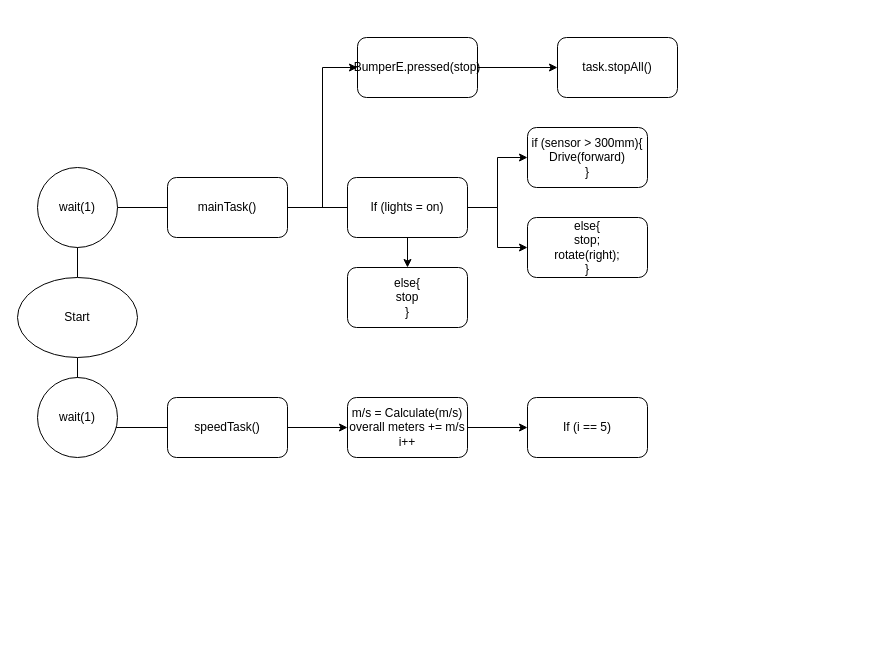
Earlier version of the draw.io diagram Verkefni 3/Untitled Diagram.drawio (BirgirBragi/ROB2A_V23). Source tidied: cells renumbered, new cells numbered last; positions are measured from the earlier drawing's top-left corner, leaving out a move shared by most shapes. Both pictures are drawn from the tidied source at 100%, with x=0, y=0 at pixel (17, 37).
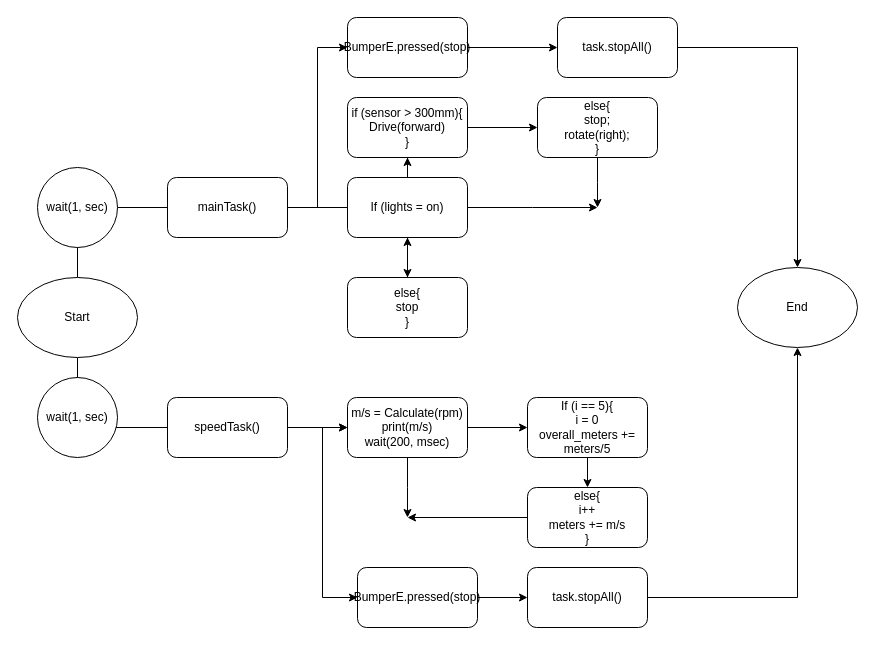
After the change.

Unchanged cells that the change refers to:
```xml
<mxCell id="10" value="speedTask()" style="rounded=1;whiteSpace=wrap;html=1;" parent="1" vertex="1">
  <mxGeometry x="150" y="360" width="120" height="60" as="geometry" />
</mxCell>
<mxCell id="20" value="If (lights = on)" style="rounded=1;whiteSpace=wrap;html=1;" parent="1" vertex="1">
  <mxGeometry x="330" y="140" width="120" height="60" as="geometry" />
</mxCell>
```

Diff of the diagram source:
```diff
@@
+    <mxCell id="27" style="edgeStyle=orthogonalEdgeStyle;rounded=0;jettySize=auto;html=1;" parent="1" edge="1" source="10" target="25">
+      <mxGeometry relative="1" as="geometry" />
+    </mxCell>
+    <mxCell id="28" style="edgeStyle=orthogonalEdgeStyle;rounded=0;jettySize=auto;html=1;entryX=0;entryY=0.5;entryDx=0;entryDy=0;" parent="1" edge="1" source="10" target="40">
+      <mxGeometry relative="1" as="geometry" />
+    </mxCell>
@@
+    <mxCell id="29" style="edgeStyle=orthogonalEdgeStyle;rounded=0;jettySize=auto;html=1;" parent="1" edge="1" source="11" target="12">
+      <mxGeometry relative="1" as="geometry" />
+    </mxCell>
     <mxCell id="11" value="if (sensor &amp;gt; 300mm){&lt;br&gt;Drive(forward)&lt;br&gt;}" style="rounded=1;whiteSpace=wrap;html=1;" parent="1" vertex="1">
-      <mxGeometry x="510" y="90" width="120" height="60" as="geometry" />
+      <mxGeometry x="330" y="60" width="120" height="60" as="geometry" />
     </mxCell>
+    <mxCell id="30" style="edgeStyle=orthogonalEdgeStyle;rounded=0;jettySize=auto;html=1;" parent="1" edge="1" source="12">
+      <mxGeometry relative="1" as="geometry">
+        <mxPoint x="580" y="170" as="targetPoint" />
+      </mxGeometry>
+    </mxCell>
     <mxCell id="12" value="else{&lt;br&gt;stop;&lt;br&gt;rotate(right);&lt;br&gt;}" style="rounded=1;whiteSpace=wrap;html=1;" parent="1" vertex="1">
-      <mxGeometry x="510" y="180" width="120" height="60" as="geometry" />
+      <mxGeometry x="520" y="60" width="120" height="60" as="geometry" />
     </mxCell>
@@
     <mxCell id="14" value="BumperE.pressed(stop)" style="rounded=1;whiteSpace=wrap;html=1;" parent="1" vertex="1">
-      <mxGeometry x="340" width="120" height="60" as="geometry" />
+      <mxGeometry x="330" y="-20" width="120" height="60" as="geometry" />
     </mxCell>
+    <mxCell id="31" style="edgeStyle=orthogonalEdgeStyle;rounded=0;jettySize=auto;html=1;" parent="1" edge="1" source="15" target="38">
+      <mxGeometry relative="1" as="geometry" />
+    </mxCell>
     <mxCell id="15" value="task.stopAll()" style="whiteSpace=wrap;html=1;rounded=1;" parent="1" vertex="1">
-      <mxGeometry x="540" width="120" height="60" as="geometry" />
+      <mxGeometry x="540" y="-20" width="120" height="60" as="geometry" />
     </mxCell>
@@
-    <mxCell id="18" style="edgeStyle=orthogonalEdgeStyle;rounded=0;jettySize=auto;html=1;" parent="1" edge="1" source="20" target="12">
-      <mxGeometry relative="1" as="geometry" />
-    </mxCell>
@@
+    <mxCell id="32" style="edgeStyle=orthogonalEdgeStyle;rounded=0;jettySize=auto;html=1;" parent="1" edge="1" source="20">
+      <mxGeometry relative="1" as="geometry">
+        <mxPoint x="580" y="170" as="targetPoint" />
+      </mxGeometry>
+    </mxCell>
@@
+    <mxCell id="33" style="edgeStyle=orthogonalEdgeStyle;rounded=0;jettySize=auto;html=1;entryX=0.5;entryY=1;entryDx=0;entryDy=0;" parent="1" edge="1" source="21" target="20">
+      <mxGeometry relative="1" as="geometry" />
+    </mxCell>
     <mxCell id="21" value="else{&lt;br&gt;stop&lt;br&gt;}" style="whiteSpace=wrap;html=1;rounded=1;" parent="1" vertex="1">
-      <mxGeometry x="330" y="230" width="120" height="60" as="geometry" />
+      <mxGeometry x="330" y="240" width="120" height="60" as="geometry" />
     </mxCell>
-    <mxCell id="22" value="wait(1)" style="ellipse;whiteSpace=wrap;html=1;" parent="1" vertex="1">
+    <mxCell id="22" value="wait(1, sec)" style="ellipse;whiteSpace=wrap;html=1;" parent="1" vertex="1">
       <mxGeometry x="20" y="130" width="80" height="80" as="geometry" />
     </mxCell>
-    <mxCell id="23" value="wait(1)" style="ellipse;whiteSpace=wrap;html=1;" parent="1" vertex="1">
+    <mxCell id="23" value="wait(1, sec)" style="ellipse;whiteSpace=wrap;html=1;" parent="1" vertex="1">
       <mxGeometry x="20" y="340" width="80" height="80" as="geometry" />
     </mxCell>
@@
+    <mxCell id="34" style="edgeStyle=orthogonalEdgeStyle;rounded=0;jettySize=auto;html=1;" parent="1" edge="1" source="25">
+      <mxGeometry relative="1" as="geometry">
+        <mxPoint x="390" y="480" as="targetPoint" />
+      </mxGeometry>
+    </mxCell>
-    <mxCell id="25" value="m/s = Calculate(m/s)&lt;br&gt;overall meters += m/s&lt;br&gt;i++" style="whiteSpace=wrap;html=1;rounded=1;" parent="1" vertex="1">
+    <mxCell id="25" value="m/s = Calculate(rpm)&lt;br&gt;print(m/s)&lt;br&gt;wait(200, msec)" style="whiteSpace=wrap;html=1;rounded=1;" parent="1" vertex="1">
       <mxGeometry x="330" y="360" width="120" height="60" as="geometry" />
     </mxCell>
+    <mxCell id="35" style="edgeStyle=orthogonalEdgeStyle;rounded=0;jettySize=auto;html=1;" parent="1" edge="1" source="26" target="37">
+      <mxGeometry relative="1" as="geometry" />
+    </mxCell>
-    <mxCell id="26" value="If (i == 5)" style="whiteSpace=wrap;html=1;rounded=1;" parent="1" vertex="1">
+    <mxCell id="26" value="If (i == 5){&lt;br&gt;i = 0&lt;br&gt;overall_meters += meters/5" style="whiteSpace=wrap;html=1;rounded=1;" parent="1" vertex="1">
       <mxGeometry x="510" y="360" width="120" height="60" as="geometry" />
     </mxCell>
+    <mxCell id="36" style="edgeStyle=orthogonalEdgeStyle;rounded=0;jettySize=auto;html=1;" parent="1" edge="1" source="37">
+      <mxGeometry relative="1" as="geometry">
+        <mxPoint x="390" y="480" as="targetPoint" />
+      </mxGeometry>
+    </mxCell>
+    <mxCell id="37" value="else{&lt;br&gt;i++&lt;br&gt;meters += m/s&lt;br&gt;}" style="whiteSpace=wrap;html=1;rounded=1;" parent="1" vertex="1">
+      <mxGeometry x="510" y="450" width="120" height="60" as="geometry" />
+    </mxCell>
+    <mxCell id="38" value="End" style="ellipse;whiteSpace=wrap;html=1;" parent="1" vertex="1">
+      <mxGeometry x="720" y="230" width="120" height="80" as="geometry" />
+    </mxCell>
+    <mxCell id="39" style="edgeStyle=orthogonalEdgeStyle;rounded=0;jettySize=auto;html=1;" parent="1" edge="1" source="40" target="42">
+      <mxGeometry relative="1" as="geometry" />
+    </mxCell>
+    <mxCell id="40" value="BumperE.pressed(stop)" style="rounded=1;whiteSpace=wrap;html=1;" parent="1" vertex="1">
+      <mxGeometry x="340" y="530" width="120" height="60" as="geometry" />
+    </mxCell>
+    <mxCell id="41" style="edgeStyle=orthogonalEdgeStyle;rounded=0;jettySize=auto;html=1;" parent="1" edge="1" source="42" target="38">
+      <mxGeometry relative="1" as="geometry" />
+    </mxCell>
+    <mxCell id="42" value="task.stopAll()" style="whiteSpace=wrap;html=1;rounded=1;" parent="1" vertex="1">
+      <mxGeometry x="510" y="530" width="120" height="60" as="geometry" />
+    </mxCell>
```
